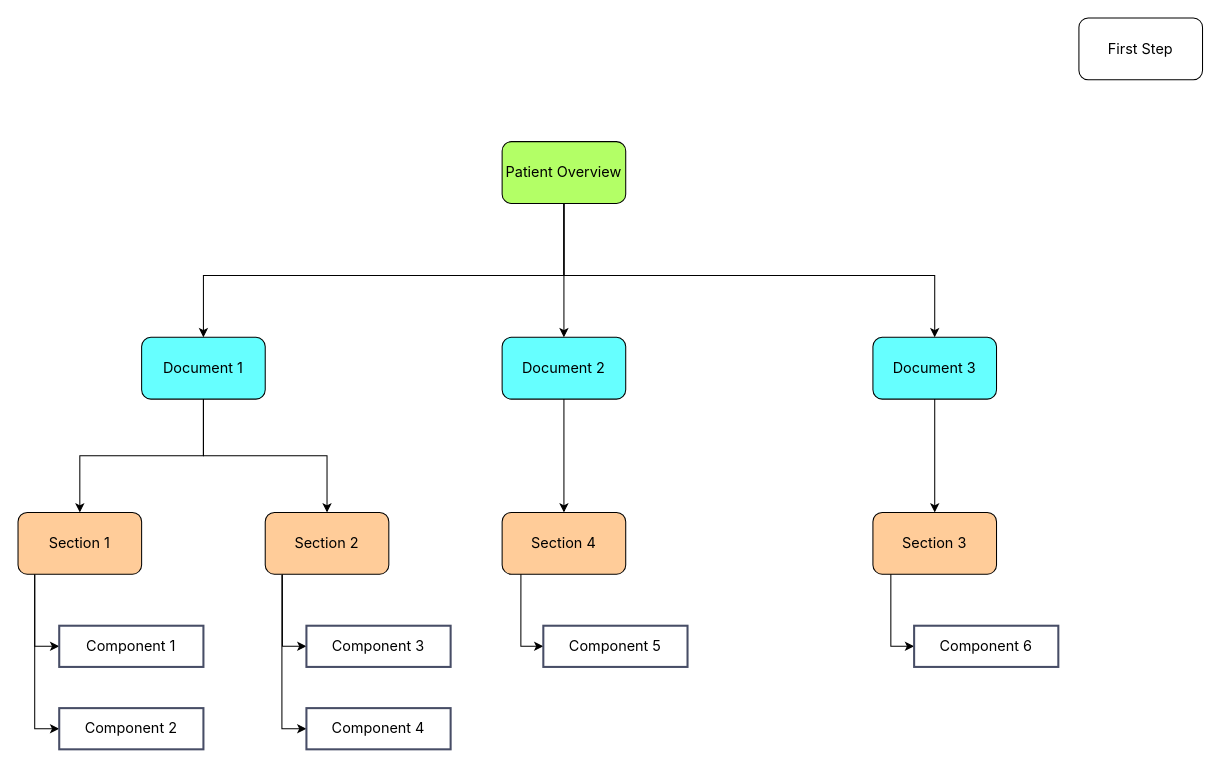
Above: Untitled Diagram.drawio in YogeshKumbhar7218/git-basics (draw.io), before the change. Source tidied: cells renumbered, new cells numbered last; positions are measured from the earlier drawing's top-left corner, leaving out a move shared by most shapes. Both pictures are drawn from the tidied source at 103%, with x=0, y=0 at pixel (18, 18).
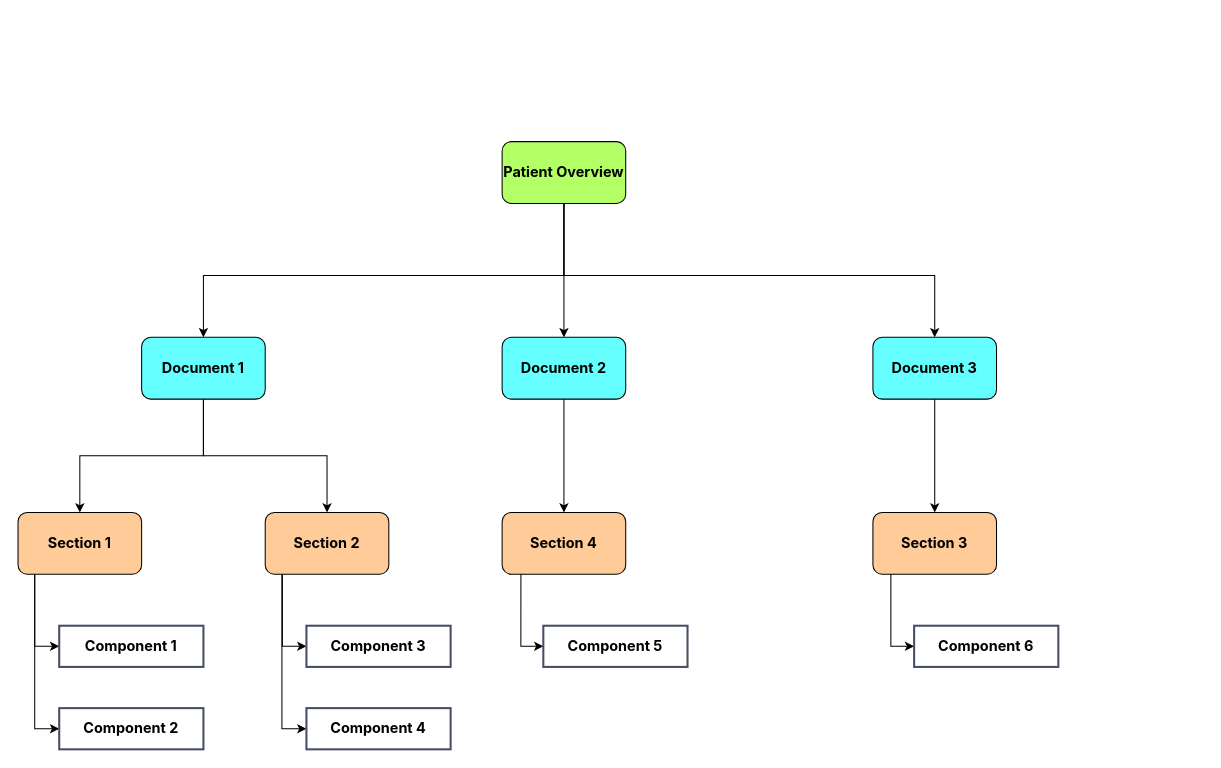
After the change.

Diff of the diagram source:
```diff
@@
-    <mxCell id="5" value="&lt;span style=&quot;font-family: Inter; font-size: 14px;&quot;&gt;Patient Overview&lt;/span&gt;" style="rounded=1;whiteSpace=wrap;html=1;fillColor=#B3FF66;" parent="1" vertex="1">
+    <mxCell id="5" value="&lt;span style=&quot;font-family: Inter; font-size: 14px;&quot;&gt;&lt;b&gt;Patient Overview&lt;/b&gt;&lt;/span&gt;" style="rounded=1;whiteSpace=wrap;html=1;fillColor=#B3FF66;" parent="1" vertex="1">
       <mxGeometry x="470" y="120" width="120" height="60" as="geometry" />
     </mxCell>
-    <mxCell id="6" value="&lt;span style=&quot;font-family: Inter; font-size: 14px;&quot;&gt;First Step&lt;/span&gt;" style="rounded=1;whiteSpace=wrap;html=1;" parent="1" vertex="1">
-      <mxGeometry x="1030" width="120" height="60" as="geometry" />
-    </mxCell>
@@
-    <mxCell id="9" value="&lt;span style=&quot;font-family: Inter; font-size: 14px;&quot;&gt;Document 1&lt;/span&gt;" style="rounded=1;whiteSpace=wrap;html=1;fillColor=#66FFFF;" parent="1" vertex="1">
+    <mxCell id="9" value="&lt;span style=&quot;font-family: Inter; font-size: 14px;&quot;&gt;&lt;b&gt;Document 1&lt;/b&gt;&lt;/span&gt;" style="rounded=1;whiteSpace=wrap;html=1;fillColor=#66FFFF;" parent="1" vertex="1">
       <mxGeometry x="120" y="310" width="120" height="60" as="geometry" />
     </mxCell>
@@
-    <mxCell id="12" value="&lt;span style=&quot;font-family: Inter; font-size: 14px;&quot;&gt;Section 1&lt;/span&gt;" style="rounded=1;whiteSpace=wrap;html=1;fillColor=#FFCC99;" parent="1" vertex="1">
+    <mxCell id="12" value="&lt;span style=&quot;font-family: Inter; font-size: 14px;&quot;&gt;&lt;b&gt;Section 1&lt;/b&gt;&lt;/span&gt;" style="rounded=1;whiteSpace=wrap;html=1;fillColor=#FFCC99;" parent="1" vertex="1">
       <mxGeometry y="480" width="120" height="60" as="geometry" />
     </mxCell>
@@
-    <mxCell id="14" value="&lt;span style=&quot;font-family: Inter; font-size: 14px;&quot;&gt;Document 2&lt;/span&gt;" style="rounded=1;whiteSpace=wrap;html=1;fillColor=#66FFFF;" parent="1" vertex="1">
+    <mxCell id="14" value="&lt;span style=&quot;font-family: Inter; font-size: 14px;&quot;&gt;&lt;b&gt;Document 2&lt;/b&gt;&lt;/span&gt;" style="rounded=1;whiteSpace=wrap;html=1;fillColor=#66FFFF;" parent="1" vertex="1">
       <mxGeometry x="470" y="310" width="120" height="60" as="geometry" />
     </mxCell>
@@
-    <mxCell id="16" value="&lt;span style=&quot;font-family: Inter; font-size: 14px;&quot;&gt;Document 3&lt;/span&gt;" style="rounded=1;whiteSpace=wrap;html=1;fillColor=#66FFFF;" parent="1" vertex="1">
+    <mxCell id="16" value="&lt;span style=&quot;font-family: Inter; font-size: 14px;&quot;&gt;&lt;b&gt;Document 3&lt;/b&gt;&lt;/span&gt;" style="rounded=1;whiteSpace=wrap;html=1;fillColor=#66FFFF;" parent="1" vertex="1">
       <mxGeometry x="830" y="310" width="120" height="60" as="geometry" />
     </mxCell>
@@
-    <mxCell id="19" value="&lt;span style=&quot;font-family: Inter; font-size: 14px;&quot;&gt;Section 2&lt;/span&gt;" style="rounded=1;whiteSpace=wrap;html=1;fillColor=#FFCC99;" parent="1" vertex="1">
+    <mxCell id="19" value="&lt;span style=&quot;font-family: Inter; font-size: 14px;&quot;&gt;&lt;b&gt;Section 2&lt;/b&gt;&lt;/span&gt;" style="rounded=1;whiteSpace=wrap;html=1;fillColor=#FFCC99;" parent="1" vertex="1">
       <mxGeometry x="240" y="480" width="120" height="60" as="geometry" />
     </mxCell>
@@
-    <mxCell id="21" value="&lt;span style=&quot;font-family: Inter; font-size: 14px;&quot;&gt;Section 4&lt;/span&gt;" style="rounded=1;whiteSpace=wrap;html=1;fillColor=#FFCC99;" parent="1" vertex="1">
+    <mxCell id="21" value="&lt;span style=&quot;font-family: Inter; font-size: 14px;&quot;&gt;&lt;b&gt;Section 4&lt;/b&gt;&lt;/span&gt;" style="rounded=1;whiteSpace=wrap;html=1;fillColor=#FFCC99;" parent="1" vertex="1">
       <mxGeometry x="470" y="480" width="120" height="60" as="geometry" />
     </mxCell>
@@
-    <mxCell id="23" value="&lt;span style=&quot;font-family: Inter; font-size: 14px;&quot;&gt;Section 3&lt;/span&gt;" style="rounded=1;whiteSpace=wrap;html=1;fillColor=#FFCC99;" parent="1" vertex="1">
+    <mxCell id="23" value="&lt;span style=&quot;font-family: Inter; font-size: 14px;&quot;&gt;&lt;b&gt;Section 3&lt;/b&gt;&lt;/span&gt;" style="rounded=1;whiteSpace=wrap;html=1;fillColor=#FFCC99;" parent="1" vertex="1">
       <mxGeometry x="830" y="480" width="120" height="60" as="geometry" />
     </mxCell>
-    <mxCell id="24" value="Component 1" style="fontSize=14;zwfType=basicShape;rounded=0;strokeWidth=2;strokeColor=#474D66;whiteSpace=wrap;html=1;fontFamily=Inter;" parent="1" vertex="1">
+    <mxCell id="24" value="&lt;b&gt;Component 1&lt;/b&gt;" style="fontSize=14;zwfType=basicShape;rounded=0;strokeWidth=2;strokeColor=#474D66;whiteSpace=wrap;html=1;fontFamily=Inter;" parent="1" vertex="1">
       <mxGeometry x="40" y="590" width="140" height="40" as="geometry" />
     </mxCell>
-    <mxCell id="25" value="Component 2" style="fontSize=14;zwfType=basicShape;rounded=0;strokeWidth=2;strokeColor=#474D66;whiteSpace=wrap;html=1;fontFamily=Inter;" parent="1" vertex="1">
+    <mxCell id="25" value="&lt;b&gt;Component 2&lt;/b&gt;" style="fontSize=14;zwfType=basicShape;rounded=0;strokeWidth=2;strokeColor=#474D66;whiteSpace=wrap;html=1;fontFamily=Inter;" parent="1" vertex="1">
       <mxGeometry x="40" y="670" width="140" height="40" as="geometry" />
     </mxCell>
-    <mxCell id="26" value="Component 3" style="fontSize=14;zwfType=basicShape;rounded=0;strokeWidth=2;strokeColor=#474D66;whiteSpace=wrap;html=1;fontFamily=Inter;" parent="1" vertex="1">
+    <mxCell id="26" value="&lt;b&gt;Component 3&lt;/b&gt;" style="fontSize=14;zwfType=basicShape;rounded=0;strokeWidth=2;strokeColor=#474D66;whiteSpace=wrap;html=1;fontFamily=Inter;" parent="1" vertex="1">
       <mxGeometry x="280" y="590" width="140" height="40" as="geometry" />
     </mxCell>
-    <mxCell id="27" value="Component 4" style="fontSize=14;zwfType=basicShape;rounded=0;strokeWidth=2;strokeColor=#474D66;whiteSpace=wrap;html=1;fontFamily=Inter;" parent="1" vertex="1">
+    <mxCell id="27" value="&lt;b&gt;Component 4&lt;/b&gt;" style="fontSize=14;zwfType=basicShape;rounded=0;strokeWidth=2;strokeColor=#474D66;whiteSpace=wrap;html=1;fontFamily=Inter;" parent="1" vertex="1">
       <mxGeometry x="280" y="670" width="140" height="40" as="geometry" />
     </mxCell>
-    <mxCell id="28" value="Component 5" style="fontSize=14;zwfType=basicShape;rounded=0;strokeWidth=2;strokeColor=#474D66;whiteSpace=wrap;html=1;fontFamily=Inter;" parent="1" vertex="1">
+    <mxCell id="28" value="&lt;b&gt;Component 5&lt;/b&gt;" style="fontSize=14;zwfType=basicShape;rounded=0;strokeWidth=2;strokeColor=#474D66;whiteSpace=wrap;html=1;fontFamily=Inter;" parent="1" vertex="1">
       <mxGeometry x="510" y="590" width="140" height="40" as="geometry" />
     </mxCell>
-    <mxCell id="29" value="Component 6" style="fontSize=14;zwfType=basicShape;rounded=0;strokeWidth=2;strokeColor=#474D66;whiteSpace=wrap;html=1;fontFamily=Inter;" parent="1" vertex="1">
+    <mxCell id="29" value="&lt;b&gt;Component 6&lt;/b&gt;" style="fontSize=14;zwfType=basicShape;rounded=0;strokeWidth=2;strokeColor=#474D66;whiteSpace=wrap;html=1;fontFamily=Inter;" parent="1" vertex="1">
       <mxGeometry x="870" y="590" width="140" height="40" as="geometry" />
     </mxCell>
```
